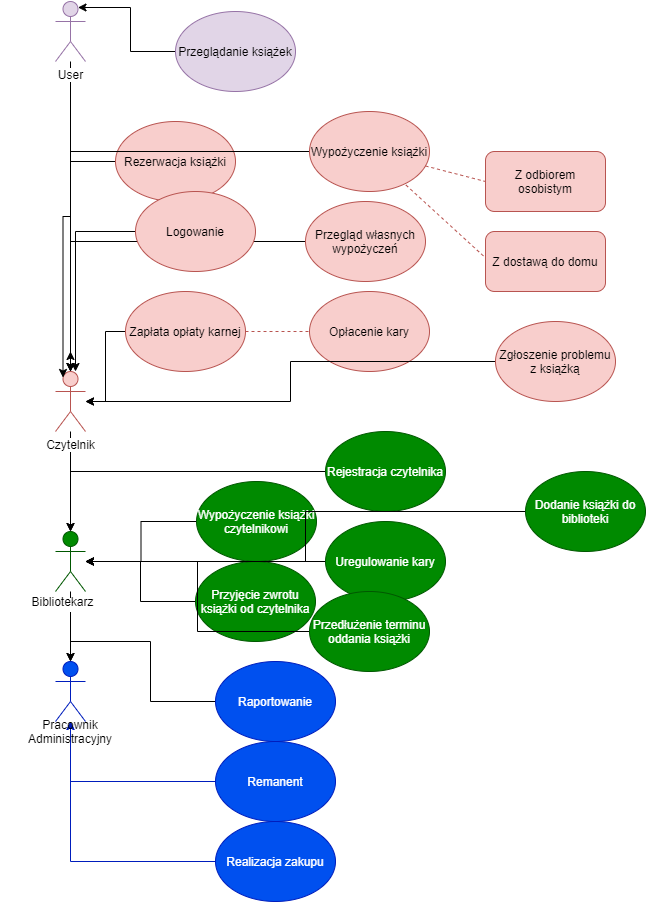
This is PIPO2/lab1/Biblioteka.png from rewe999/Patryk_Zym_39620_pwsz, a draw.io export, as it was before one commit. Source tidied: cells renumbered, new cells last; positions are measured from the earlier drawing's top-left corner, leaving out a move shared by most shapes.
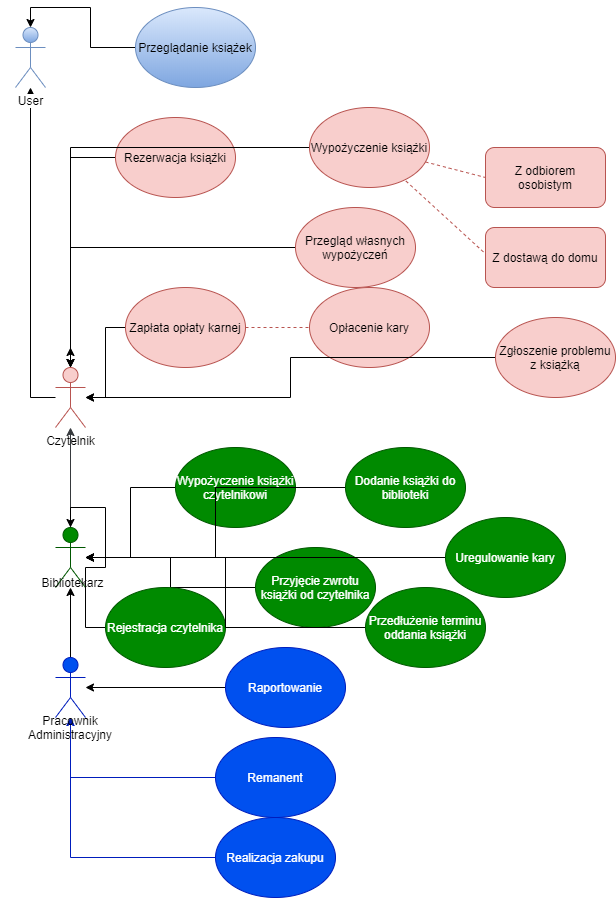
Later version of the same file.

The edit, as a diff of the source:
```diff
@@ -2,23 +2,26 @@
   <root>
     <mxCell id="0" />
     <mxCell id="1" parent="0" />
-    <mxCell id="2" style="edgeStyle=orthogonalEdgeStyle;rounded=0;jettySize=auto;html=1;" parent="1" edge="1" source="4" target="6">
-      <mxGeometry relative="1" as="geometry" />
-    </mxCell>
     <mxCell id="3" style="edgeStyle=orthogonalEdgeStyle;rounded=0;jettySize=auto;html=1;exitX=0.5;exitY=0.5;exitDx=0;exitDy=0;exitPerimeter=0;" parent="1" edge="1" source="4">
       <mxGeometry relative="1" as="geometry">
         <mxPoint x="35" y="350" as="targetPoint" />
       </mxGeometry>
     </mxCell>
+    <mxCell id="50" style="edgeStyle=orthogonalEdgeStyle;rounded=0;jettySize=auto;html=1;" parent="1" edge="1" source="4" target="47">
+      <mxGeometry relative="1" as="geometry" />
+    </mxCell>
     <mxCell id="4" value="Czytelnik" style="shape=umlActor;verticalLabelPosition=bottom;labelBackgroundColor=#ffffff;verticalAlign=top;html=1;outlineConnect=0;fillColor=#f8cecc;strokeColor=#b85450;" parent="1" vertex="1">
       <mxGeometry x="20" y="370" width="30" height="60" as="geometry" />
     </mxCell>
-    <mxCell id="5" style="edgeStyle=orthogonalEdgeStyle;rounded=0;jettySize=auto;html=1;" parent="1" edge="1" source="6" target="7">
-      <mxGeometry relative="1" as="geometry" />
-    </mxCell>
+    <mxCell id="51" style="edgeStyle=orthogonalEdgeStyle;rounded=0;jettySize=auto;html=1;fillColor=#cce5ff;strokeColor=#36393d;" parent="1" edge="1" source="6" target="4">
+      <mxGeometry relative="1" as="geometry" />
+    </mxCell>
     <mxCell id="6" value="Bibliotekarz" style="shape=umlActor;verticalLabelPosition=bottom;labelBackgroundColor=#ffffff;verticalAlign=top;html=1;outlineConnect=0;fillColor=#008a00;strokeColor=#005700;fontColor=#ffffff;" parent="1" vertex="1">
       <mxGeometry x="20" y="530" width="30" height="60" as="geometry" />
     </mxCell>
+    <mxCell id="52" style="edgeStyle=orthogonalEdgeStyle;rounded=0;jettySize=auto;html=1;" parent="1" edge="1" source="7" target="6">
+      <mxGeometry relative="1" as="geometry" />
+    </mxCell>
     <mxCell id="7" value="Pracownik administracyjny" style="shape=umlActor;verticalLabelPosition=bottom;labelBackgroundColor=#ffffff;verticalAlign=top;html=1;outlineConnect=0;fillColor=#0050ef;strokeColor=#001DBC;fontColor=#ffffff;" parent="1" vertex="1">
       <mxGeometry x="20" y="660" width="30" height="60" as="geometry" />
     </mxCell>
@@ -38,19 +41,19 @@
       <mxGeometry relative="1" as="geometry" />
     </mxCell>
     <mxCell id="13" value="Przegląd własnych wypożyczeń" style="ellipse;whiteSpace=wrap;html=1;fillColor=#f8cecc;strokeColor=#b85450;" parent="1" vertex="1">
-      <mxGeometry x="270" y="200" width="120" height="80" as="geometry" />
+      <mxGeometry x="260" y="210" width="120" height="80" as="geometry" />
     </mxCell>
     <mxCell id="14" style="edgeStyle=orthogonalEdgeStyle;rounded=0;jettySize=auto;html=1;" parent="1" edge="1" source="15" target="6">
       <mxGeometry relative="1" as="geometry" />
     </mxCell>
     <mxCell id="15" value="Wypożyczenie książki czytelnikowi" style="ellipse;whiteSpace=wrap;html=1;fillColor=#008a00;strokeColor=#005700;fontColor=#ffffff;" parent="1" vertex="1">
-      <mxGeometry x="161" y="480" width="120" height="80" as="geometry" />
+      <mxGeometry x="140" y="450" width="120" height="80" as="geometry" />
     </mxCell>
     <mxCell id="16" style="edgeStyle=orthogonalEdgeStyle;rounded=0;jettySize=auto;html=1;" parent="1" edge="1" source="17" target="6">
       <mxGeometry relative="1" as="geometry" />
     </mxCell>
     <mxCell id="17" value="Przyjęcie zwrotu książki od czytelnika" style="ellipse;whiteSpace=wrap;html=1;fillColor=#008a00;strokeColor=#005700;fontColor=#ffffff;" parent="1" vertex="1">
-      <mxGeometry x="160" y="560" width="120" height="80" as="geometry" />
+      <mxGeometry x="220" y="550" width="120" height="80" as="geometry" />
     </mxCell>
     <mxCell id="18" style="edgeStyle=orthogonalEdgeStyle;rounded=0;jettySize=auto;html=1;fillColor=#0050ef;strokeColor=#001DBC;" parent="1" edge="1" source="19" target="7">
       <mxGeometry relative="1" as="geometry" />
@@ -58,11 +61,11 @@
     <mxCell id="19" value="Remanent" style="ellipse;whiteSpace=wrap;html=1;fillColor=#0050ef;strokeColor=#001DBC;fontColor=#ffffff;" parent="1" vertex="1">
       <mxGeometry x="180" y="740" width="120" height="80" as="geometry" />
     </mxCell>
-    <mxCell id="20" style="edgeStyle=orthogonalEdgeStyle;rounded=0;jettySize=auto;html=1;entryX=0.5;entryY=0;entryDx=0;entryDy=0;entryPerimeter=0;" parent="1" edge="1" source="21" target="7">
+    <mxCell id="20" style="edgeStyle=orthogonalEdgeStyle;rounded=0;jettySize=auto;html=1;" parent="1" edge="1" source="21" target="7">
       <mxGeometry relative="1" as="geometry" />
     </mxCell>
     <mxCell id="21" value="Raportowanie" style="ellipse;whiteSpace=wrap;html=1;fillColor=#0050ef;strokeColor=#001DBC;fontColor=#ffffff;" parent="1" vertex="1">
-      <mxGeometry x="180" y="660" width="120" height="80" as="geometry" />
+      <mxGeometry x="190" y="650" width="120" height="80" as="geometry" />
     </mxCell>
     <mxCell id="22" style="edgeStyle=orthogonalEdgeStyle;rounded=0;jettySize=auto;html=1;fillColor=#0050ef;strokeColor=#001DBC;" parent="1" edge="1" source="23" target="7">
       <mxGeometry relative="1" as="geometry" />
@@ -98,7 +101,7 @@
       <mxGeometry relative="1" as="geometry" />
     </mxCell>
     <mxCell id="33" value="Rejestracja czytelnika" style="ellipse;whiteSpace=wrap;html=1;fillColor=#008a00;strokeColor=#005700;fontColor=#ffffff;" parent="1" vertex="1">
-      <mxGeometry x="290" y="430" width="120" height="80" as="geometry" />
+      <mxGeometry x="70" y="590" width="120" height="80" as="geometry" />
     </mxCell>
     <mxCell id="34" style="edgeStyle=orthogonalEdgeStyle;rounded=0;jettySize=auto;html=1;" parent="1" edge="1" source="35" target="4">
       <mxGeometry relative="1" as="geometry" />
@@ -110,45 +113,34 @@
       <mxGeometry relative="1" as="geometry" />
     </mxCell>
     <mxCell id="37" value="Uregulowanie kary" style="ellipse;whiteSpace=wrap;html=1;fillColor=#008a00;strokeColor=#005700;fontColor=#ffffff;" parent="1" vertex="1">
-      <mxGeometry x="290" y="520" width="120" height="80" as="geometry" />
+      <mxGeometry x="410" y="520" width="120" height="80" as="geometry" />
     </mxCell>
     <mxCell id="38" style="edgeStyle=orthogonalEdgeStyle;rounded=0;jettySize=auto;html=1;" parent="1" edge="1" source="39" target="6">
       <mxGeometry relative="1" as="geometry" />
     </mxCell>
     <mxCell id="39" value="Przedłużenie terminu oddania książki" style="ellipse;whiteSpace=wrap;html=1;fillColor=#008a00;strokeColor=#005700;fontColor=#ffffff;" parent="1" vertex="1">
-      <mxGeometry x="274" y="590" width="120" height="80" as="geometry" />
+      <mxGeometry x="330" y="590" width="120" height="80" as="geometry" />
     </mxCell>
     <mxCell id="40" style="edgeStyle=orthogonalEdgeStyle;rounded=0;jettySize=auto;html=1;" parent="1" edge="1" source="41" target="6">
       <mxGeometry relative="1" as="geometry" />
     </mxCell>
     <mxCell id="41" value="Dodanie książki do biblioteki" style="ellipse;whiteSpace=wrap;html=1;fillColor=#008a00;strokeColor=#005700;fontColor=#ffffff;" parent="1" vertex="1">
-      <mxGeometry x="490" y="470" width="120" height="80" as="geometry" />
+      <mxGeometry x="310" y="450" width="120" height="80" as="geometry" />
     </mxCell>
-    <mxCell id="42" style="edgeStyle=orthogonalEdgeStyle;rounded=0;jettySize=auto;html=1;" parent="1" edge="1" source="43">
-      <mxGeometry relative="1" as="geometry">
-        <mxPoint x="40" y="370" as="targetPoint" />
-      </mxGeometry>
-    </mxCell>
-    <mxCell id="43" value="Logowanie" style="ellipse;whiteSpace=wrap;html=1;fillColor=#f8cecc;strokeColor=#b85450;" parent="1" vertex="1">
-      <mxGeometry x="100" y="190" width="120" height="80" as="geometry" />
-    </mxCell>
-    <mxCell id="44" value="Bibliotekarz" style="text;html=1;strokeColor=none;fillColor=none;align=center;verticalAlign=middle;whiteSpace=wrap;rounded=0;" parent="1" vertex="1">
-      <mxGeometry y="590" width="55" height="20" as="geometry" />
-    </mxCell>
-    <mxCell id="45" value="Pracownik Administracyjny" style="text;html=1;strokeColor=none;fillColor=none;align=center;verticalAlign=middle;whiteSpace=wrap;rounded=0;" parent="1" vertex="1">
-      <mxGeometry x="30" y="720" width="10" height="20" as="geometry" />
-    </mxCell>
-    <mxCell id="46" style="edgeStyle=orthogonalEdgeStyle;rounded=0;jettySize=auto;html=1;entryX=0.25;entryY=0.1;entryDx=0;entryDy=0;entryPerimeter=0;" parent="1" edge="1" source="47" target="4">
-      <mxGeometry relative="1" as="geometry" />
-    </mxCell>
-    <mxCell id="47" value="User" style="shape=umlActor;verticalLabelPosition=bottom;labelBackgroundColor=#ffffff;verticalAlign=top;html=1;outlineConnect=0;fillColor=#e1d5e7;strokeColor=#9673a6;" parent="1" vertex="1">
-      <mxGeometry x="20" width="30" height="60" as="geometry" />
+    <mxCell id="47" value="User" style="shape=umlActor;verticalLabelPosition=bottom;labelBackgroundColor=#ffffff;verticalAlign=top;html=1;outlineConnect=0;gradientColor=#7ea6e0;fillColor=#dae8fc;strokeColor=#6c8ebf;" parent="1" vertex="1">
+      <mxGeometry x="-20" y="30" width="30" height="60" as="geometry" />
     </mxCell>
-    <mxCell id="48" style="edgeStyle=orthogonalEdgeStyle;rounded=0;jettySize=auto;html=1;entryX=0.75;entryY=0.1;entryDx=0;entryDy=0;entryPerimeter=0;" parent="1" edge="1" source="49" target="47">
+    <mxCell id="48" style="edgeStyle=orthogonalEdgeStyle;rounded=0;jettySize=auto;html=1;entryX=0.5;entryY=0;entryDx=0;entryDy=0;entryPerimeter=0;" parent="1" edge="1" source="49" target="47">
       <mxGeometry relative="1" as="geometry" />
     </mxCell>
-    <mxCell id="49" value="Przeglądanie książek" style="ellipse;whiteSpace=wrap;html=1;fillColor=#e1d5e7;strokeColor=#9673a6;" parent="1" vertex="1">
-      <mxGeometry x="140" y="10" width="120" height="80" as="geometry" />
+    <mxCell id="49" value="Przeglądanie książek" style="ellipse;whiteSpace=wrap;html=1;gradientColor=#7ea6e0;fillColor=#dae8fc;strokeColor=#6c8ebf;" parent="1" vertex="1">
+      <mxGeometry x="100" y="10" width="120" height="80" as="geometry" />
     </mxCell>
+    <mxCell id="44" value="Bibliotekarz" style="text;html=1;strokeColor=none;fillColor=none;align=center;verticalAlign=middle;whiteSpace=wrap;rounded=0;" parent="1" vertex="1">
+      <mxGeometry x="-25" y="560" width="125" height="50" as="geometry" />
+    </mxCell>
+    <mxCell id="45" value="Pracownik Administracyjny" style="text;html=1;strokeColor=none;fillColor=none;align=center;verticalAlign=middle;whiteSpace=wrap;rounded=0;" parent="1" vertex="1">
+      <mxGeometry x="10" y="720" width="50" height="20" as="geometry" />
+    </mxCell>
   </root>
 </mxGraphModel>
```
